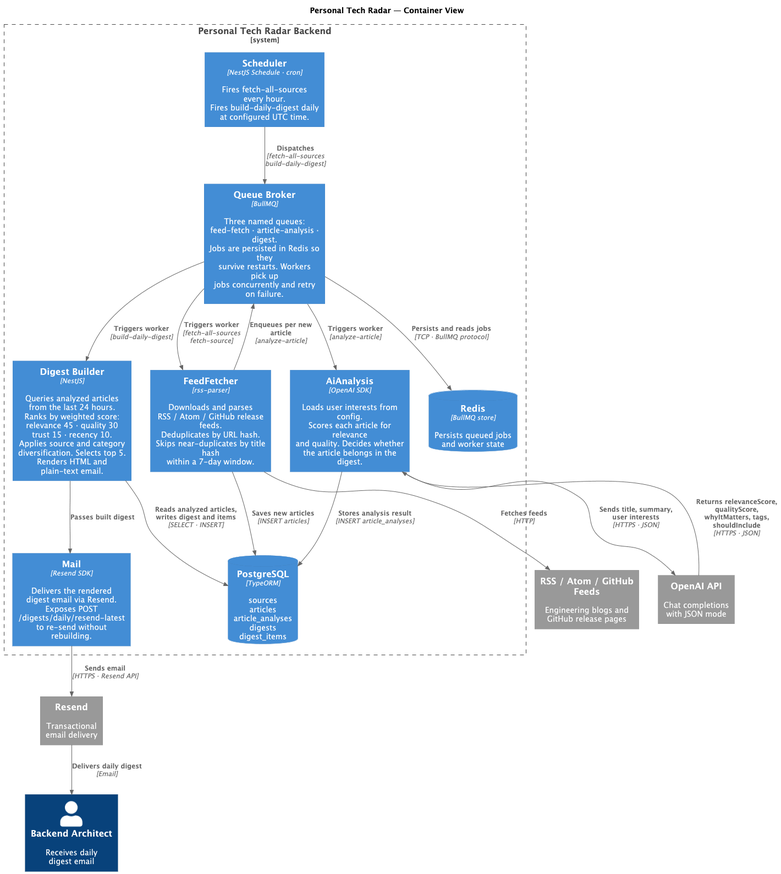
personal-tech-radar/ptr-backend keeps this PlantUML diagram as diagram/context/c4-context.png. Above is the earlier version.
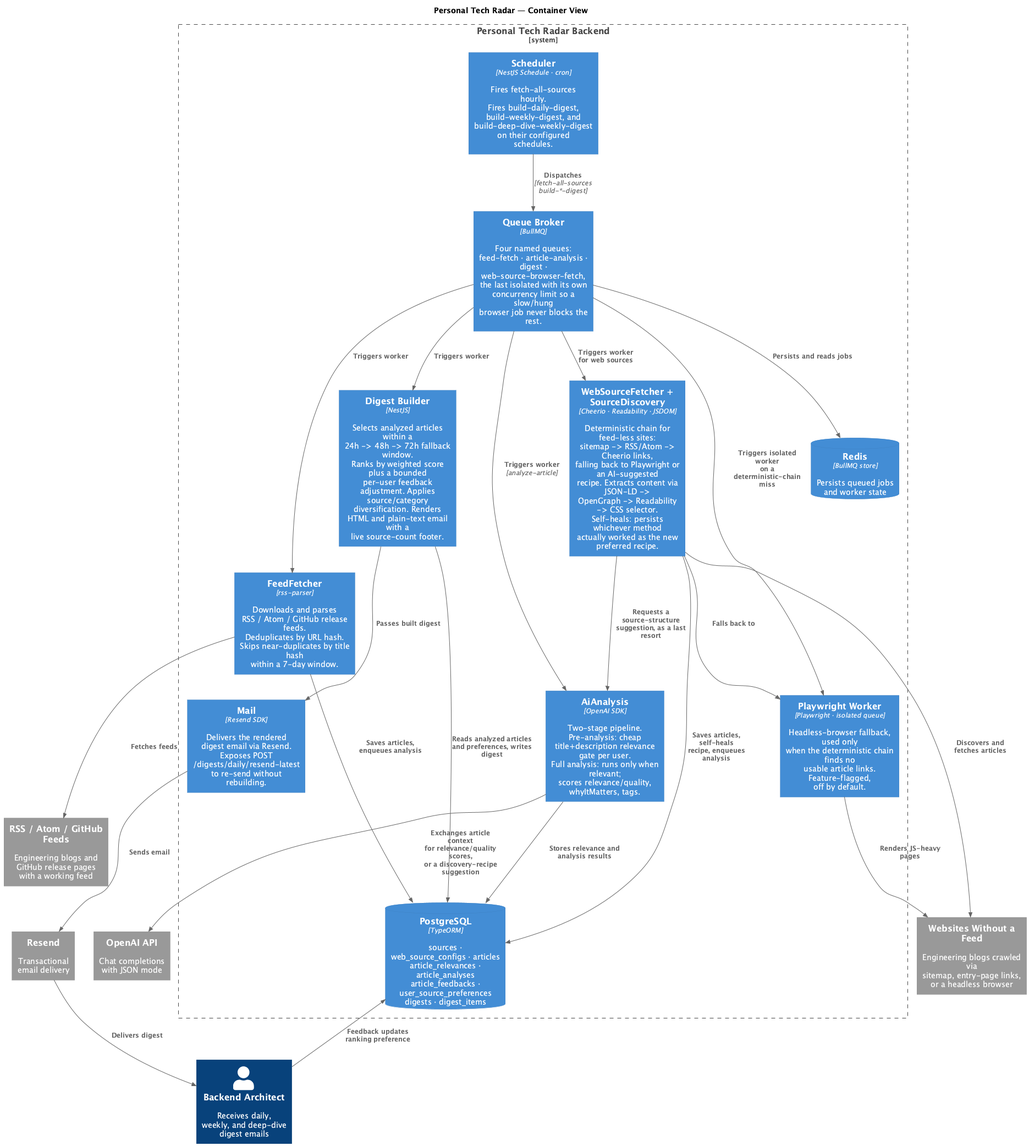
The same diagram one commit later.

Diff of the diagram source:
```diff
@@ -5,51 +5,64 @@
 
 title Personal Tech Radar — Container View
 
-Person(user, "Backend Architect", "Receives daily\ndigest email")
+Person(user, "Backend Architect", "Receives daily,\nweekly, and deep-dive\ndigest emails")
 
-System_Ext(feeds, "RSS / Atom / GitHub Feeds", "Engineering blogs and\nGitHub release pages")
+System_Ext(feeds, "RSS / Atom / GitHub Feeds", "Engineering blogs and\nGitHub release pages\nwith a working feed")
+System_Ext(websites, "Websites Without a Feed", "Engineering blogs crawled via\nsitemap, entry-page links,\nor a headless browser")
 System_Ext(openai, "OpenAI API", "Chat completions\nwith JSON mode")
 System_Ext(resend, "Resend", "Transactional\nemail delivery")
 
 System_Boundary(ptr, "Personal Tech Radar Backend") {
 
-    Container(scheduler, "Scheduler", "NestJS Schedule · cron", "Fires fetch-all-sources\nevery hour.\nFires build-daily-digest daily\nat configured UTC time.")
+    Container(scheduler, "Scheduler", "NestJS Schedule · cron", "Fires fetch-all-sources hourly.\nFires build-daily-digest,\nbuild-weekly-digest, and\nbuild-deep-dive-weekly-digest\non their configured schedules.")
 
-    Container(queue, "Queue Broker", "BullMQ", "Three named queues:\nfeed-fetch · article-analysis · digest.\nJobs are persisted in Redis so they\nsurvive restarts. Workers pick up\njobs concurrently and retry on failure.")
+    Container(queue, "Queue Broker", "BullMQ", "Four named queues:\nfeed-fetch · article-analysis ·\ndigest · web-source-browser-fetch,\nthe last isolated with its own\nconcurrency limit so a slow/hung\nbrowser job never blocks the rest.")
 
     Container(fetcher, "FeedFetcher", "rss-parser", "Downloads and parses\nRSS / Atom / GitHub release feeds.\nDeduplicates by URL hash.\nSkips near-duplicates by title hash\nwithin a 7-day window.")
 
-    Container(analysis, "AiAnalysis", "OpenAI SDK", "Loads user interests from config.\nScores each article for relevance\nand quality. Decides whether\nthe article belongs in the digest.")
+    Container(webSource, "WebSourceFetcher +\nSourceDiscovery", "Cheerio · Readability · JSDOM", "Deterministic chain for feed-less sites:\nsitemap -> RSS/Atom -> Cheerio links,\nfalling back to Playwright or an AI-suggested\nrecipe. Extracts content via JSON-LD ->\nOpenGraph -> Readability -> CSS selector.\nSelf-heals: persists whichever method\nactually worked as the new preferred recipe.")
 
-    Container(digest, "Digest Builder", "NestJS", "Queries analyzed articles\nfrom the last 24 hours.\nRanks by weighted score:\nrelevance 45 · quality 30\ntrust 15 · recency 10.\nApplies source and category\ndiversification. Selects top 5.\nRenders HTML and plain-text email.")
+    Container(playwright, "Playwright Worker", "Playwright · isolated queue", "Headless-browser fallback, used only\nwhen the deterministic chain finds no\nusable article links. Feature-flagged,\noff by default.")
+
+    Container(analysis, "AiAnalysis", "OpenAI SDK", "Two-stage pipeline. Pre-analysis: cheap\ntitle+description relevance gate per user.\nFull analysis: runs only when relevant;\nscores relevance/quality, whyItMatters, tags.")
+
+    Container(digest, "Digest Builder", "NestJS", "Selects analyzed articles within a\n24h -> 48h -> 72h fallback window.\nRanks by weighted score plus a bounded\nper-user feedback adjustment. Applies\nsource/category diversification. Renders\nHTML and plain-text email with a\nlive source-count footer.")
 
     Container(mail, "Mail", "Resend SDK", "Delivers the rendered\ndigest email via Resend.\nExposes POST /digests/daily/resend-latest\nto re-send without rebuilding.")
 
-    ContainerDb(postgres, "PostgreSQL", "TypeORM", "sources\narticles\narticle_analyses\ndigests\ndigest_items")
+    ContainerDb(postgres, "PostgreSQL", "TypeORM", "sources · web_source_configs · articles\narticle_relevances · article_analyses\narticle_feedbacks · user_source_preferences\ndigests · digest_items")
 
     ContainerDb(redis, "Redis", "BullMQ store", "Persists queued jobs\nand worker state")
 }
 
-Rel(scheduler, queue, "Dispatches", "fetch-all-sources\nbuild-daily-digest")
+Rel(scheduler, queue, "Dispatches", "fetch-all-sources\nbuild-*-digest")
 
-Rel(queue, redis, "Persists and reads jobs", "TCP · BullMQ protocol")
+Rel(queue, redis, "Persists and reads jobs")
 
-Rel(queue, fetcher, "Triggers worker", "fetch-all-sources\nfetch-source")
+Rel(queue, fetcher, "Triggers worker")
+Rel(queue, webSource, "Triggers worker\nfor web sources")
+Rel(queue, playwright, "Triggers isolated worker\non a deterministic-chain miss")
 Rel(queue, analysis, "Triggers worker", "analyze-article")
-Rel(queue, digest, "Triggers worker", "build-daily-digest")
+Rel(queue, digest, "Triggers worker")
 
-Rel(fetcher, feeds, "Fetches feeds", "HTTP")
-Rel(fetcher, postgres, "Saves new articles", "INSERT articles")
-Rel(fetcher, queue, "Enqueues per new article", "analyze-article")
+Rel(fetcher, feeds, "Fetches feeds")
+Rel(fetcher, postgres, "Saves articles,\nenqueues analysis")
 
-Rel(analysis, openai, "Sends title, summary,\nuser interests", "HTTPS · JSON")
-Rel(openai, analysis, "Returns relevanceScore, qualityScore,\nwhyItMatters, tags, shouldInclude", "HTTPS · JSON")
-Rel(analysis, postgres, "Stores analysis result", "INSERT article_analyses")
+Rel(webSource, websites, "Discovers and\nfetches articles")
+Rel(webSource, playwright, "Falls back to")
+Rel(webSource, analysis, "Requests a source-structure\nsuggestion, as a last resort")
+Rel(webSource, postgres, "Saves articles, self-heals\nrecipe, enqueues analysis")
 
-Rel(digest, postgres, "Reads analyzed articles,\nwrites digest and items", "SELECT · INSERT")
+Rel(playwright, websites, "Renders JS-heavy pages")
+
+Rel(analysis, openai, "Exchanges article context\nfor relevance/quality scores,\nor a discovery-recipe suggestion")
+Rel(analysis, postgres, "Stores relevance and\nanalysis results")
+
+Rel(digest, postgres, "Reads analyzed articles\nand preferences, writes digest")
 Rel(digest, mail, "Passes built digest")
 
-Rel(mail, resend, "Sends email", "HTTPS · Resend API")
-Rel(resend, user, "Delivers daily digest", "Email")
+Rel(mail, resend, "Sends email")
+Rel(resend, user, "Delivers digest")
+Rel(user, postgres, "Feedback updates\nranking preference")
 
 @enduml
```
